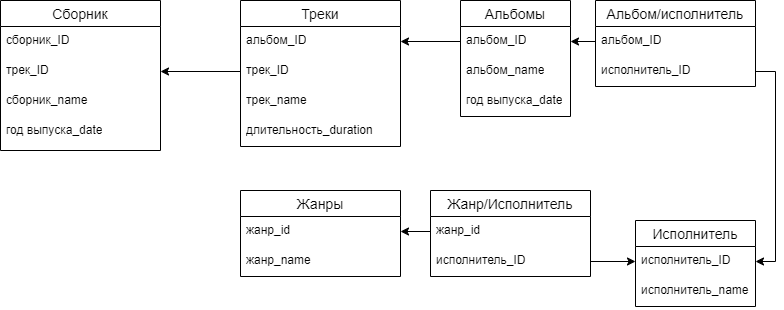
Before: task_2.png, a diagram exported from draw.io (Rou795/Nethology_SQL). Source tidied: cells renumbered, new cells last; positions are measured from the earlier drawing's top-left corner, leaving out a move shared by most shapes.
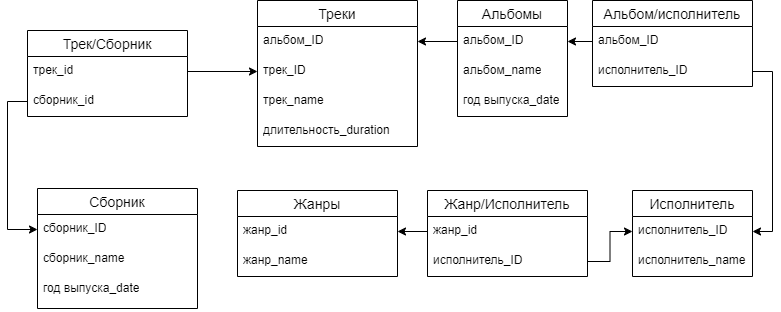
Above is the later version.

Commit message:
Refresh answer

What changed in the source:
```diff
@@ -12,7 +12,7 @@
       <mxGeometry y="56" width="160" height="30" as="geometry" />
     </mxCell>
     <mxCell id="5" value="Исполнитель" style="swimlane;fontStyle=0;horizontal=1;startSize=26;align=center;fontSize=14;" parent="1" vertex="1">
-      <mxGeometry x="635" y="220" width="120" height="86" as="geometry" />
+      <mxGeometry x="635" y="190" width="120" height="86" as="geometry" />
     </mxCell>
     <mxCell id="6" value="исполнитель_ID" style="text;strokeColor=none;fillColor=none;spacingLeft=4;spacingRight=4;overflow=hidden;points=[[0,0.5],[1,0.5]];portConstraint=eastwest;fontSize=12;whiteSpace=wrap;html=1;" parent="5" vertex="1">
       <mxGeometry y="26" width="120" height="30" as="geometry" />
@@ -33,7 +33,7 @@
       <mxGeometry y="86" width="110" height="30" as="geometry" />
     </mxCell>
     <mxCell id="12" value="Треки" style="swimlane;fontStyle=0;horizontal=1;startSize=26;align=center;fontSize=14;" parent="1" vertex="1">
-      <mxGeometry x="240" width="160" height="146" as="geometry" />
+      <mxGeometry x="260" width="160" height="146" as="geometry" />
     </mxCell>
     <mxCell id="13" value="альбом_ID" style="text;strokeColor=none;fillColor=none;spacingLeft=4;spacingRight=4;overflow=hidden;points=[[0,0.5],[1,0.5]];portConstraint=eastwest;fontSize=12;whiteSpace=wrap;html=1;" parent="12" vertex="1">
       <mxGeometry y="26" width="160" height="30" as="geometry" />
@@ -75,19 +75,16 @@
       <mxGeometry relative="1" as="geometry" />
     </mxCell>
     <mxCell id="26" value="Сборник" style="swimlane;fontStyle=0;horizontal=1;startSize=26;align=center;fontSize=14;" parent="1" vertex="1">
-      <mxGeometry width="160" height="150" as="geometry" />
+      <mxGeometry x="40" y="188" width="160" height="120" as="geometry" />
     </mxCell>
     <mxCell id="27" value="сборник_ID" style="text;strokeColor=none;fillColor=none;spacingLeft=4;spacingRight=4;overflow=hidden;points=[[0,0.5],[1,0.5]];portConstraint=eastwest;fontSize=12;whiteSpace=wrap;html=1;" parent="26" vertex="1">
       <mxGeometry y="26" width="160" height="30" as="geometry" />
     </mxCell>
-    <mxCell id="28" value="трек_ID" style="text;strokeColor=none;fillColor=none;spacingLeft=4;spacingRight=4;overflow=hidden;points=[[0,0.5],[1,0.5]];portConstraint=eastwest;fontSize=12;whiteSpace=wrap;html=1;" parent="26" vertex="1">
-      <mxGeometry y="56" width="160" height="30" as="geometry" />
-    </mxCell>
     <mxCell id="29" value="сборник_name" style="text;strokeColor=none;fillColor=none;spacingLeft=4;spacingRight=4;overflow=hidden;fontSize=12;whiteSpace=wrap;html=1;" parent="26" vertex="1">
-      <mxGeometry y="86" width="160" height="30" as="geometry" />
+      <mxGeometry y="56" width="160" height="30" as="geometry" />
     </mxCell>
     <mxCell id="30" value="год выпуска_date" style="text;strokeColor=none;fillColor=none;spacingLeft=4;spacingRight=4;overflow=hidden;fontSize=12;whiteSpace=wrap;html=1;" parent="26" vertex="1">
-      <mxGeometry y="116" width="160" height="34" as="geometry" />
+      <mxGeometry y="86" width="160" height="34" as="geometry" />
     </mxCell>
     <mxCell id="31" style="edgeStyle=orthogonalEdgeStyle;rounded=0;jettySize=auto;html=1;exitX=0;exitY=0.5;exitDx=0;exitDy=0;" parent="1" edge="1" source="18" target="3">
       <mxGeometry relative="1" as="geometry" />
@@ -95,8 +92,20 @@
     <mxCell id="32" style="edgeStyle=orthogonalEdgeStyle;rounded=0;jettySize=auto;html=1;exitX=1;exitY=0.5;exitDx=0;exitDy=0;entryX=0;entryY=0.5;entryDx=0;entryDy=0;" parent="1" edge="1" source="19" target="6">
       <mxGeometry relative="1" as="geometry" />
     </mxCell>
-    <mxCell id="33" style="edgeStyle=orthogonalEdgeStyle;rounded=0;jettySize=auto;html=1;exitX=0;exitY=0.5;exitDx=0;exitDy=0;entryX=1;entryY=0.5;entryDx=0;entryDy=0;" parent="1" edge="1" source="14" target="28">
-      <mxGeometry relative="1" as="geometry" />
-    </mxCell>
+    <mxCell id="34" value="Трек/Сборник" style="swimlane;fontStyle=0;horizontal=1;startSize=26;align=center;fontSize=14;" parent="1" vertex="1">
+      <mxGeometry x="30" y="30" width="160" height="86" as="geometry" />
+    </mxCell>
+    <mxCell id="35" value="трек_id" style="text;strokeColor=none;fillColor=none;spacingLeft=4;spacingRight=4;overflow=hidden;points=[[0,0.5],[1,0.5]];portConstraint=eastwest;fontSize=12;whiteSpace=wrap;html=1;" parent="34" vertex="1">
+      <mxGeometry y="26" width="160" height="30" as="geometry" />
+    </mxCell>
+    <mxCell id="36" value="сборник_id" style="text;strokeColor=none;fillColor=none;spacingLeft=4;spacingRight=4;overflow=hidden;points=[[0,0.5],[1,0.5]];portConstraint=eastwest;fontSize=12;whiteSpace=wrap;html=1;" parent="34" vertex="1">
+      <mxGeometry y="56" width="160" height="30" as="geometry" />
+    </mxCell>
+    <mxCell id="37" style="edgeStyle=orthogonalEdgeStyle;rounded=0;jettySize=auto;html=1;exitX=0;exitY=0.5;exitDx=0;exitDy=0;entryX=0;entryY=0.5;entryDx=0;entryDy=0;" parent="1" edge="1" source="36" target="27">
+      <mxGeometry relative="1" as="geometry" />
+    </mxCell>
+    <mxCell id="38" style="edgeStyle=orthogonalEdgeStyle;rounded=0;jettySize=auto;html=1;exitX=1;exitY=0.5;exitDx=0;exitDy=0;entryX=0;entryY=0.5;entryDx=0;entryDy=0;" parent="1" edge="1" source="35" target="14">
+      <mxGeometry relative="1" as="geometry" />
+    </mxCell>
   </root>
 </mxGraphModel>
```
